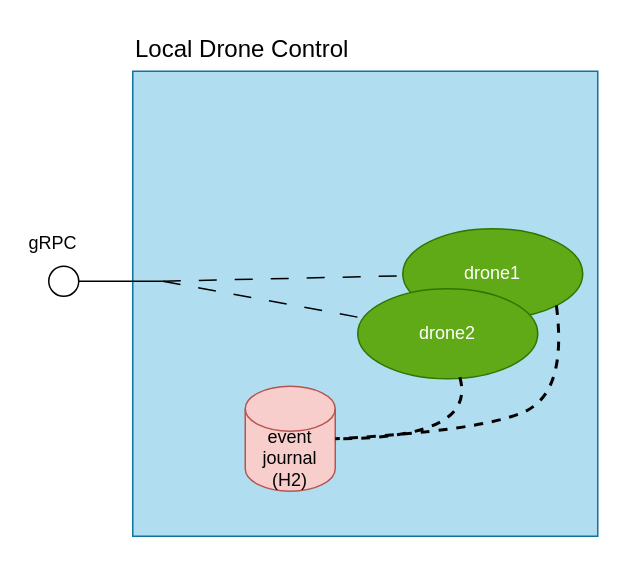
The draw.io diagram akka-edge-docs/src/main/paradox/images/guide-section-1.drawio in akka/akka-projection, before the edit. Source tidied: cells renumbered, new cells numbered last; positions are measured from the earlier drawing's top-left corner, leaving out a move shared by most shapes. Both pictures are drawn from the tidied source at 150%, with x=0, y=0 at pixel (26, 26).
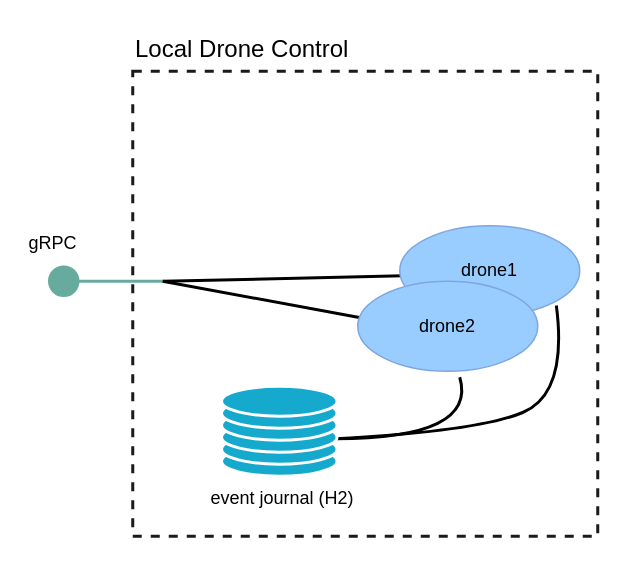
The same diagram, later.

The edit, as a diff of the source:
```diff
@@
-    <mxCell id="2" style="whiteSpace=wrap;html=1;fillColor=#b1ddf0;strokeColor=#10739e;" parent="1" vertex="1">
+    <mxCell id="2" style="whiteSpace=wrap;html=1;fillColor=#FFFFFF;strokeColor=#1A1A1A;dashed=1;strokeWidth=2;" parent="1" vertex="1">
       <mxGeometry x="71" y="30" width="310" height="310" as="geometry" />
     </mxCell>
-    <mxCell id="3" value="event&lt;br&gt;journal (H2)" style="shape=cylinder3;whiteSpace=wrap;html=1;boundedLbl=1;backgroundOutline=1;size=15;fillColor=#f8cecc;strokeColor=#b85450;" parent="1" vertex="1">
-      <mxGeometry x="146" y="240" width="60" height="70" as="geometry" />
-    </mxCell>
-    <mxCell id="4" value="drone1" style="ellipse;whiteSpace=wrap;html=1;fillColor=#60a917;strokeColor=#2D7600;fontColor=#ffffff;" parent="1" vertex="1">
-      <mxGeometry x="251" y="135" width="120" height="60" as="geometry" />
-    </mxCell>
-    <mxCell id="5" value="drone2" style="ellipse;whiteSpace=wrap;html=1;fillColor=#60a917;strokeColor=#2D7600;fontColor=#ffffff;" parent="1" vertex="1">
-      <mxGeometry x="221" y="175" width="120" height="60" as="geometry" />
-    </mxCell>
-    <mxCell id="6" style="endArrow=none;html=1;exitX=0.567;exitY=0.983;exitDx=0;exitDy=0;exitPerimeter=0;entryX=1;entryY=0.5;entryDx=0;entryDy=0;entryPerimeter=0;strokeWidth=2;endFill=0;jumpStyle=none;strokeColor=default;dashed=1;curved=1;" parent="1" edge="1" source="5" target="3">
+    <mxCell id="6" style="endArrow=none;html=1;exitX=0.567;exitY=0.983;exitDx=0;exitDy=0;exitPerimeter=0;entryX=1;entryY=0.5;entryDx=0;entryDy=0;entryPerimeter=0;strokeWidth=2;endFill=0;jumpStyle=none;strokeColor=default;curved=1;" parent="1" edge="1">
       <mxGeometry relative="1" as="geometry">
+        <mxPoint x="289" y="234" as="sourcePoint" />
+        <mxPoint x="206" y="275" as="targetPoint" />
         <Array as="points">
           <mxPoint x="301" y="275" />
         </Array>
       </mxGeometry>
     </mxCell>
-    <mxCell id="7" style="endArrow=none;html=1;exitX=1;exitY=1;exitDx=0;exitDy=0;strokeWidth=2;endFill=0;dashed=1;curved=1;entryX=1;entryY=0.5;entryDx=0;entryDy=0;entryPerimeter=0;" parent="1" edge="1" source="4" target="3">
+    <mxCell id="7" style="endArrow=none;html=1;exitX=1;exitY=1;exitDx=0;exitDy=0;strokeWidth=2;endFill=0;curved=1;entryX=1;entryY=0.5;entryDx=0;entryDy=0;entryPerimeter=0;" parent="1" edge="1">
       <mxGeometry relative="1" as="geometry">
+        <mxPoint x="353.4" y="186.2" as="sourcePoint" />
+        <mxPoint x="206" y="275" as="targetPoint" />
         <Array as="points">
           <mxPoint x="361" y="245" />
           <mxPoint x="301" y="270" />
         </Array>
       </mxGeometry>
     </mxCell>
@@
-    <mxCell id="9" style="endArrow=none;html=1;rounded=0;strokeWidth=1;endFill=0;startArrow=none;startFill=0;" parent="1" edge="1">
+    <mxCell id="9" style="endArrow=none;html=1;rounded=0;strokeWidth=2;endFill=0;startArrow=none;startFill=0;strokeColor=#67AB9F;" parent="1" edge="1">
       <mxGeometry relative="1" as="geometry">
         <mxPoint x="31" y="170" as="sourcePoint" />
         <mxPoint x="91" y="170" as="targetPoint" />
       </mxGeometry>
     </mxCell>
-    <mxCell id="10" style="endArrow=none;html=1;rounded=0;dashed=1;dashPattern=12 12;" parent="1" edge="1" target="4">
+    <mxCell id="10" style="endArrow=none;html=1;rounded=0;strokeWidth=2;" parent="1" edge="1">
       <mxGeometry relative="1" as="geometry">
         <mxPoint x="91" y="170" as="sourcePoint" />
+        <mxPoint x="251.1" y="166.4" as="targetPoint" />
       </mxGeometry>
     </mxCell>
-    <mxCell id="11" style="endArrow=none;html=1;rounded=0;dashed=1;dashPattern=12 12;" parent="1" edge="1" target="5">
+    <mxCell id="11" style="endArrow=none;html=1;rounded=0;strokeWidth=2;" parent="1" edge="1">
       <mxGeometry relative="1" as="geometry">
         <mxPoint x="91" y="170" as="sourcePoint" />
+        <mxPoint x="224.7" y="194.6" as="targetPoint" />
       </mxGeometry>
     </mxCell>
-    <mxCell id="12" style="ellipse;whiteSpace=wrap;html=1;" parent="1" vertex="1">
-      <mxGeometry x="15" y="160" width="20" height="20" as="geometry" />
-    </mxCell>
@@
+    <mxCell id="4" value="drone1" style="ellipse;whiteSpace=wrap;html=1;fillColor=#99CCFF;strokeColor=#7EA6E0;fontColor=#000000;" parent="1" vertex="1">
+      <mxGeometry x="249" y="133" width="120" height="60" as="geometry" />
+    </mxCell>
+    <mxCell id="5" value="drone2" style="ellipse;whiteSpace=wrap;html=1;fillColor=#99CCFF;strokeColor=#7EA6E0;fontColor=#000000;" parent="1" vertex="1">
+      <mxGeometry x="221" y="170" width="120" height="60" as="geometry" />
+    </mxCell>
+    <mxCell id="14" style="ellipse;whiteSpace=wrap;html=1;strokeColor=#67AB9F;fillColor=#67AB9F;" parent="1" vertex="1">
+      <mxGeometry x="15" y="160" width="20" height="20" as="geometry" />
+    </mxCell>
+    <mxCell id="15" style="group;" parent="1" vertex="1">
+      <mxGeometry x="130.2" y="240" width="77" height="60" as="geometry" />
+    </mxCell>
+    <mxCell id="16" style="ellipse;whiteSpace=wrap;html=1;fillColor=#15a9ce;strokeColor=#FFFFFF;strokeWidth=2;" parent="15" vertex="1">
+      <mxGeometry y="40" width="77" height="20" as="geometry" />
+    </mxCell>
+    <mxCell id="17" style="ellipse;whiteSpace=wrap;html=1;fillColor=#15a9ce;strokeColor=#FFFFFF;strokeWidth=2;" parent="15" vertex="1">
+      <mxGeometry y="32" width="77" height="20" as="geometry" />
+    </mxCell>
+    <mxCell id="18" style="ellipse;whiteSpace=wrap;html=1;fillColor=#15a9ce;strokeColor=#FFFFFF;strokeWidth=2;" parent="15" vertex="1">
+      <mxGeometry y="24" width="77" height="20" as="geometry" />
+    </mxCell>
+    <mxCell id="19" style="ellipse;whiteSpace=wrap;html=1;fillColor=#15a9ce;strokeColor=#FFFFFF;strokeWidth=2;" parent="15" vertex="1">
+      <mxGeometry y="16" width="77" height="20" as="geometry" />
+    </mxCell>
+    <mxCell id="20" style="ellipse;whiteSpace=wrap;html=1;fillColor=#15a9ce;strokeColor=#FFFFFF;strokeWidth=2;" parent="15" vertex="1">
+      <mxGeometry y="8" width="77" height="20" as="geometry" />
+    </mxCell>
+    <mxCell id="21" style="ellipse;whiteSpace=wrap;html=1;fillColor=#15a9ce;strokeColor=#FFFFFF;strokeWidth=2;" parent="15" vertex="1">
+      <mxGeometry width="77" height="20" as="geometry" />
+    </mxCell>
+    <mxCell id="3" value="event journal (H2)" style="text;html=1;strokeColor=none;fillColor=none;align=center;verticalAlign=middle;whiteSpace=wrap;rounded=0;" parent="1" vertex="1">
+      <mxGeometry x="121" y="300" width="100" height="30" as="geometry" />
+    </mxCell>
```
